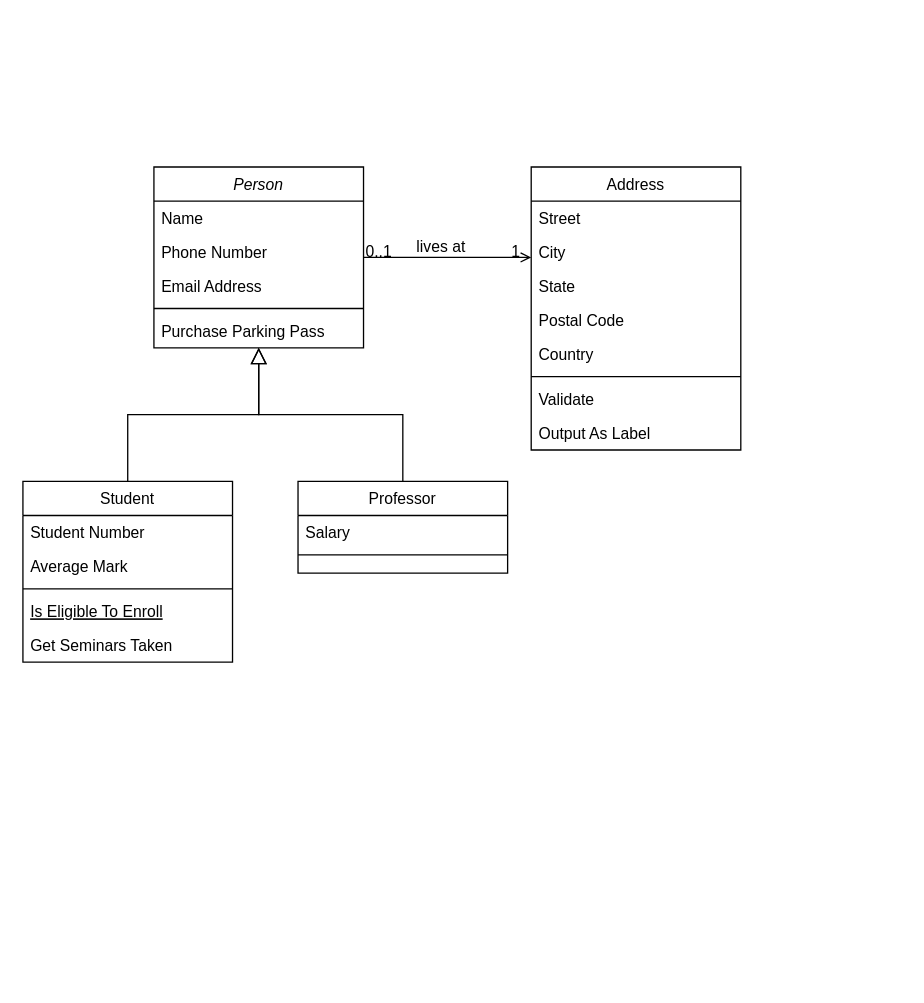
Earlier version of the draw.io diagram Diagram Tanpa Judul.drawio (felicya123/DataAnalytics). Source tidied: cells renumbered, new cells numbered last; positions are measured from the earlier drawing's top-left corner, leaving out a move shared by most shapes. Both pictures are drawn from the tidied source at 131%, with x=0, y=0 at pixel (22, 166).
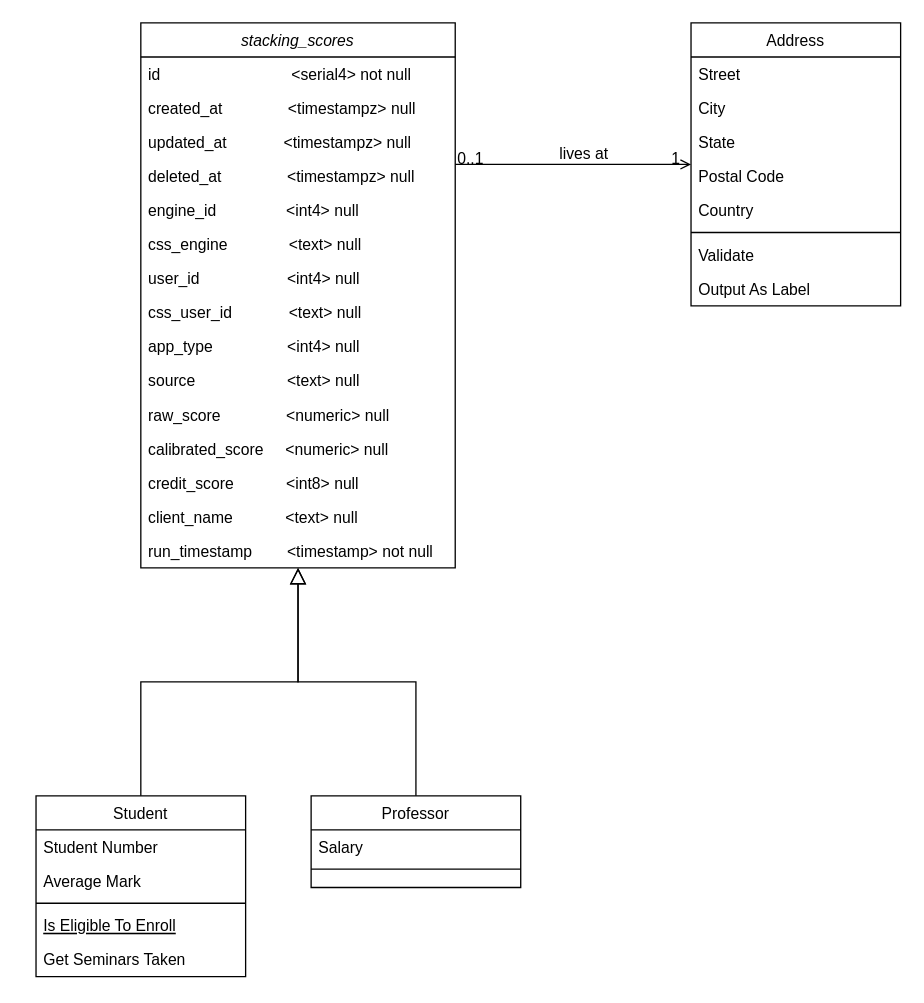
The same diagram, later.

What changed in the source:
```diff
@@
-    <mxCell id="2" value="Person" style="swimlane;fontStyle=2;align=center;verticalAlign=top;horizontal=1;startSize=26;rounded=0;shadow=0;strokeWidth=1;" parent="1" vertex="1">
-      <mxGeometry x="100" width="160" height="138" as="geometry" />
+    <mxCell id="2" value="stacking_scores" style="swimlane;fontStyle=2;align=center;verticalAlign=top;horizontal=1;startSize=26;rounded=0;shadow=0;strokeWidth=1;" parent="1" vertex="1">
+      <mxGeometry x="90" y="-110" width="240" height="416" as="geometry" />
     </mxCell>
-    <mxCell id="3" value="Name" style="text;align=left;verticalAlign=top;spacingLeft=4;spacingRight=4;overflow=hidden;" parent="2" vertex="1">
-      <mxGeometry y="26" width="160" height="26" as="geometry" />
+    <mxCell id="3" value="id                              &lt;serial4&gt; not null " style="text;align=left;verticalAlign=top;spacingLeft=4;spacingRight=4;overflow=hidden;" parent="2" vertex="1">
+      <mxGeometry y="26" width="240" height="26" as="geometry" />
     </mxCell>
-    <mxCell id="4" value="Phone Number" style="text;align=left;verticalAlign=top;spacingLeft=4;spacingRight=4;overflow=hidden;rounded=0;shadow=0;html=0;" parent="2" vertex="1">
-      <mxGeometry y="52" width="160" height="26" as="geometry" />
+    <mxCell id="4" value="created_at               &lt;timestampz&gt; null" style="text;align=left;verticalAlign=top;spacingLeft=4;spacingRight=4;overflow=hidden;rounded=0;shadow=0;html=0;" parent="2" vertex="1">
+      <mxGeometry y="52" width="240" height="26" as="geometry" />
     </mxCell>
-    <mxCell id="5" value="Email Address" style="text;align=left;verticalAlign=top;spacingLeft=4;spacingRight=4;overflow=hidden;rounded=0;shadow=0;html=0;" parent="2" vertex="1">
-      <mxGeometry y="78" width="160" height="26" as="geometry" />
+    <mxCell id="5" value="updated_at             &lt;timestampz&gt; null" style="text;align=left;verticalAlign=top;spacingLeft=4;spacingRight=4;overflow=hidden;rounded=0;shadow=0;html=0;" parent="2" vertex="1">
+      <mxGeometry y="78" width="240" height="26" as="geometry" />
     </mxCell>
-    <mxCell id="6" style="line;html=1;strokeWidth=1;align=left;verticalAlign=middle;spacingTop=-1;spacingLeft=3;spacingRight=3;labelPosition=right;" parent="2" vertex="1">
-      <mxGeometry y="104" width="160" height="8" as="geometry" />
-    </mxCell>
-    <mxCell id="7" value="Purchase Parking Pass" style="text;align=left;verticalAlign=top;spacingLeft=4;spacingRight=4;overflow=hidden;" parent="2" vertex="1">
-      <mxGeometry y="112" width="160" height="26" as="geometry" />
+    <mxCell id="7" value="deleted_at               &lt;timestampz&gt; null" style="text;align=left;verticalAlign=top;spacingLeft=4;spacingRight=4;overflow=hidden;" parent="2" vertex="1">
+      <mxGeometry y="104" width="240" height="26" as="geometry" />
     </mxCell>
+    <mxCell id="32" value="engine_id                &lt;int4&gt; null" style="text;align=left;verticalAlign=top;spacingLeft=4;spacingRight=4;overflow=hidden;" parent="2" vertex="1">
+      <mxGeometry y="130" width="240" height="26" as="geometry" />
+    </mxCell>
+    <mxCell id="33" value="css_engine              &lt;text&gt; null" style="text;align=left;verticalAlign=top;spacingLeft=4;spacingRight=4;overflow=hidden;" parent="2" vertex="1">
+      <mxGeometry y="156" width="240" height="26" as="geometry" />
+    </mxCell>
+    <mxCell id="34" value="user_id                    &lt;int4&gt; null" style="text;align=left;verticalAlign=top;spacingLeft=4;spacingRight=4;overflow=hidden;" parent="2" vertex="1">
+      <mxGeometry y="182" width="240" height="26" as="geometry" />
+    </mxCell>
+    <mxCell id="35" value="css_user_id             &lt;text&gt; null" style="text;align=left;verticalAlign=top;spacingLeft=4;spacingRight=4;overflow=hidden;" parent="2" vertex="1">
+      <mxGeometry y="208" width="240" height="26" as="geometry" />
+    </mxCell>
+    <mxCell id="36" value="app_type                 &lt;int4&gt; null" style="text;align=left;verticalAlign=top;spacingLeft=4;spacingRight=4;overflow=hidden;" parent="2" vertex="1">
+      <mxGeometry y="234" width="240" height="26" as="geometry" />
+    </mxCell>
+    <mxCell id="37" value="source                     &lt;text&gt; null" style="text;align=left;verticalAlign=top;spacingLeft=4;spacingRight=4;overflow=hidden;" parent="2" vertex="1">
+      <mxGeometry y="260" width="240" height="26" as="geometry" />
+    </mxCell>
+    <mxCell id="38" value="raw_score               &lt;numeric&gt; null" style="text;align=left;verticalAlign=top;spacingLeft=4;spacingRight=4;overflow=hidden;" parent="2" vertex="1">
+      <mxGeometry y="286" width="240" height="26" as="geometry" />
+    </mxCell>
+    <mxCell id="39" value="calibrated_score     &lt;numeric&gt; null" style="text;align=left;verticalAlign=top;spacingLeft=4;spacingRight=4;overflow=hidden;" parent="2" vertex="1">
+      <mxGeometry y="312" width="240" height="26" as="geometry" />
+    </mxCell>
+    <mxCell id="40" value="credit_score            &lt;int8&gt; null" style="text;align=left;verticalAlign=top;spacingLeft=4;spacingRight=4;overflow=hidden;" parent="2" vertex="1">
+      <mxGeometry y="338" width="240" height="26" as="geometry" />
+    </mxCell>
+    <mxCell id="41" value="client_name            &lt;text&gt; null" style="text;align=left;verticalAlign=top;spacingLeft=4;spacingRight=4;overflow=hidden;" parent="2" vertex="1">
+      <mxGeometry y="364" width="240" height="26" as="geometry" />
+    </mxCell>
+    <mxCell id="42" value="run_timestamp        &lt;timestamp&gt; not null" style="text;align=left;verticalAlign=top;spacingLeft=4;spacingRight=4;overflow=hidden;" parent="2" vertex="1">
+      <mxGeometry y="390" width="240" height="26" as="geometry" />
+    </mxCell>
     <mxCell id="8" value="Student" style="swimlane;fontStyle=0;align=center;verticalAlign=top;horizontal=1;startSize=26;rounded=0;shadow=0;strokeWidth=1;" parent="1" vertex="1">
-      <mxGeometry y="240" width="160" height="138" as="geometry" />
+      <mxGeometry x="10" y="480" width="160" height="138" as="geometry" />
     </mxCell>
@@
     <mxCell id="15" value="Professor" style="swimlane;fontStyle=0;align=center;verticalAlign=top;horizontal=1;startSize=26;rounded=0;shadow=0;strokeWidth=1;" parent="1" vertex="1">
-      <mxGeometry x="210" y="240" width="160" height="70" as="geometry" />
+      <mxGeometry x="220" y="480" width="160" height="70" as="geometry" />
     </mxCell>
@@
     <mxCell id="19" value="Address" style="swimlane;fontStyle=0;align=center;verticalAlign=top;horizontal=1;startSize=26;rounded=0;shadow=0;strokeWidth=1;" parent="1" vertex="1">
-      <mxGeometry x="388" width="160" height="216" as="geometry" />
+      <mxGeometry x="510" y="-110" width="160" height="216" as="geometry" />
     </mxCell>
```
